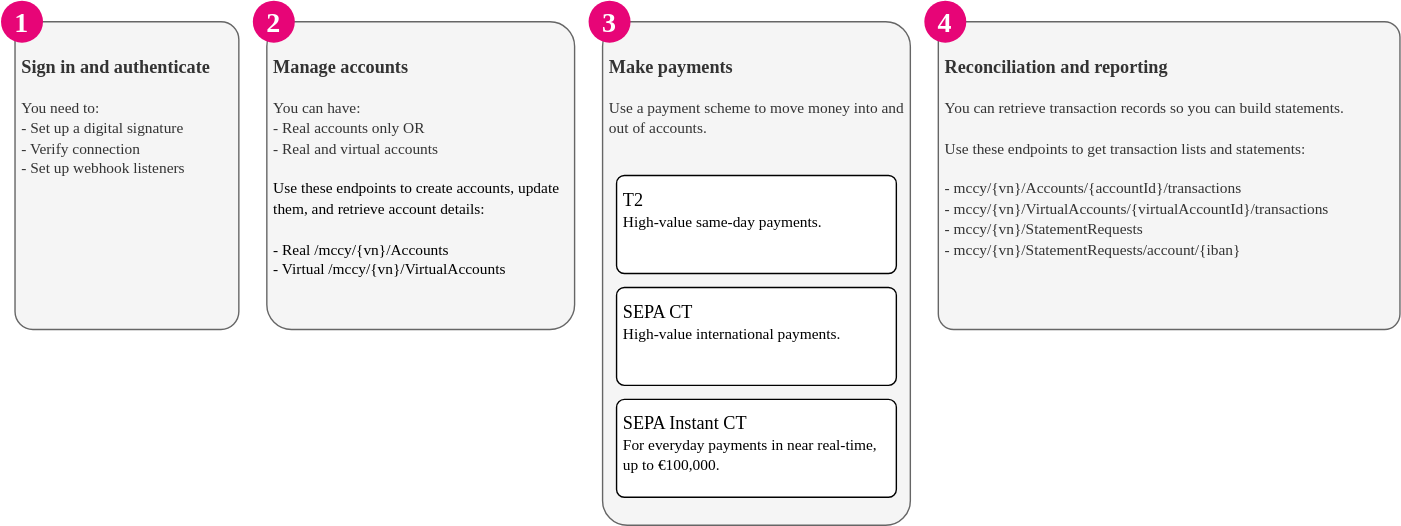
Above: static/assets/images/system-overview-europe.svg in clearbank/clearbank.github.io (draw.io), before the change. Source tidied: cells renumbered, new cells last; positions are measured from the earlier drawing's top-left corner, leaving out a move shared by most shapes.
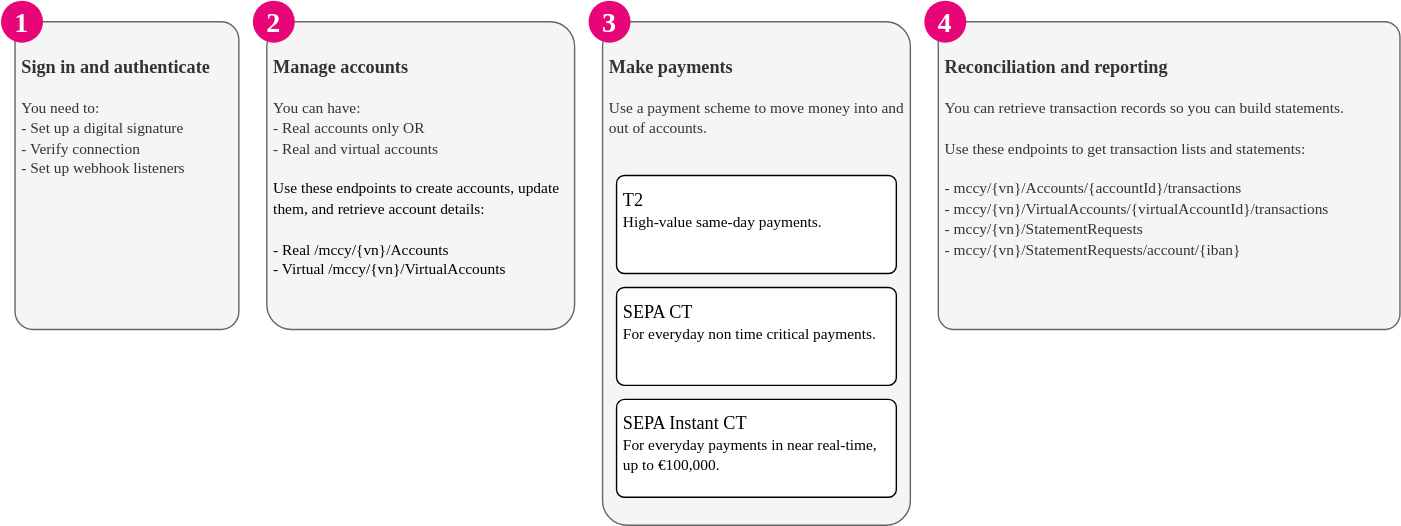
After the commit.

Commit message:
Updated CT description in EU overview image

What changed in the source:
```diff
@@ -29,7 +29,7 @@
     <mxCell id="10" value="&lt;b&gt;&lt;font style=&quot;font-size: 20px;&quot;&gt;4&lt;/font&gt;&lt;/b&gt;" style="ellipse;whiteSpace=wrap;html=1;fontFamily=Clear Sans Text;fontSize=11;fontColor=#FFFFFF;fillColor=#e70577;strokeColor=none;" parent="1" vertex="1">
       <mxGeometry x="660" width="30" height="30" as="geometry" />
     </mxCell>
-    <mxCell id="11" value="&lt;font style=&quot;font-size: 13px;&quot; face=&quot;Clear Sans Display&quot;&gt;SEPA CT&lt;/font&gt;&lt;br&gt;&lt;span style=&quot;font-family: &amp;quot;Clear Sans Text&amp;quot;; font-size: 11px;&quot;&gt;High-value international payments&lt;/span&gt;&lt;font style=&quot;font-size: 11px;&quot; face=&quot;Clear Sans Text&quot;&gt;.&lt;br&gt;&lt;/font&gt;" style="rounded=1;whiteSpace=wrap;html=1;align=left;spacingLeft=0;spacingRight=0;spacing=5;verticalAlign=top;arcSize=8;" parent="1" vertex="1">
+    <mxCell id="11" value="&lt;font style=&quot;font-size: 13px;&quot; face=&quot;Clear Sans Display&quot;&gt;SEPA CT&lt;/font&gt;&lt;br&gt;&lt;font style=&quot;&quot; face=&quot;Clear Sans Text&quot;&gt;&lt;span style=&quot;font-size: 11px;&quot;&gt;For everyday non time critical payments.&lt;/span&gt;&lt;br&gt;&lt;/font&gt;" style="rounded=1;whiteSpace=wrap;html=1;align=left;spacingLeft=0;spacingRight=0;spacing=5;verticalAlign=top;arcSize=8;" parent="1" vertex="1">
       <mxGeometry x="440" y="205" width="200" height="70" as="geometry" />
     </mxCell>
     <mxCell id="12" value="&lt;font style=&quot;font-size: 13px;&quot; face=&quot;Clear Sans Display&quot;&gt;SEPA Instant CT&lt;/font&gt;&lt;br&gt;&lt;span style=&quot;font-family: &amp;quot;Clear Sans Text&amp;quot;; font-size: 11px;&quot;&gt;For everyday payments in near real-time, up to €100,000&lt;/span&gt;&lt;font style=&quot;font-size: 11px;&quot; face=&quot;Clear Sans Text&quot;&gt;.&lt;br&gt;&lt;/font&gt;" style="rounded=1;whiteSpace=wrap;html=1;align=left;spacingLeft=0;spacingRight=0;spacing=5;verticalAlign=top;arcSize=8;" parent="1" vertex="1">
```
